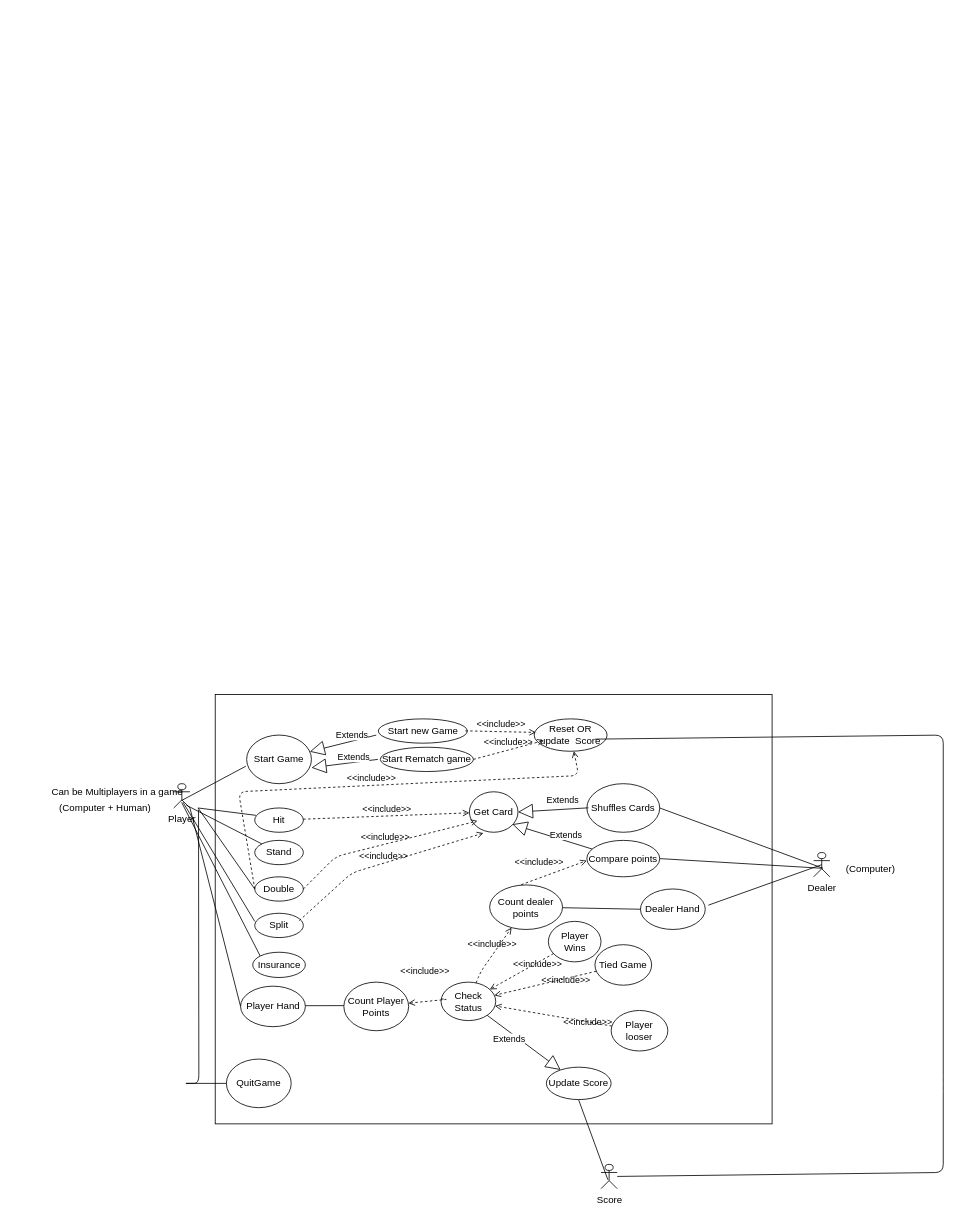
Above: use_caseDiagram.drawio in Marshood/BlackJack (draw.io), before the change. Source tidied: cells renumbered, new cells numbered last; positions are measured from the earlier drawing's top-left corner, leaving out a move shared by most shapes. Both pictures are drawn from the tidied source at 81%, with x=0, y=0 at pixel (44, 694).
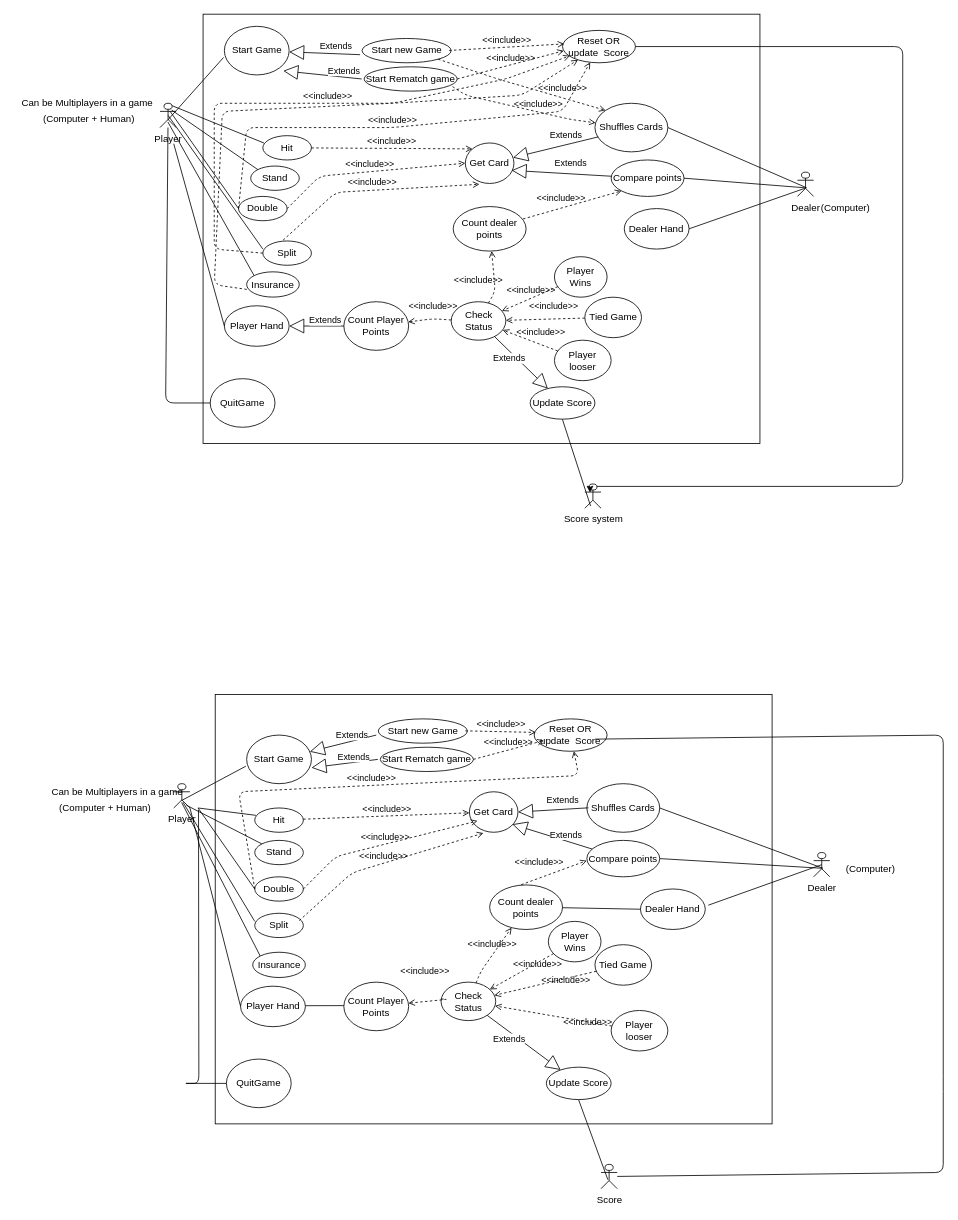
After the change.

What changed in the source:
```diff
@@
+    <mxCell id="63" style="rounded=0;whiteSpace=wrap;html=1;" parent="1" vertex="1">
+      <mxGeometry x="196.2" y="-840" width="687.5" height="530" as="geometry" />
+    </mxCell>
+    <mxCell id="64" value="Player&lt;br&gt;" style="shape=umlActor;verticalLabelPosition=bottom;verticalAlign=top;html=1;" parent="1" vertex="1">
+      <mxGeometry x="143" y="-730" width="20" height="30" as="geometry" />
+    </mxCell>
+    <mxCell id="65" value="Dealer&lt;br&gt;" style="shape=umlActor;verticalLabelPosition=bottom;verticalAlign=top;html=1;" parent="1" vertex="1">
+      <mxGeometry x="930" y="-645" width="20" height="30" as="geometry" />
+    </mxCell>
+    <mxCell id="66" value="Score system&lt;br&gt;" style="shape=umlActor;verticalLabelPosition=bottom;verticalAlign=top;html=1;" parent="1" vertex="1">
+      <mxGeometry x="667.5" y="-260" width="20" height="30" as="geometry" />
+    </mxCell>
+    <mxCell id="67" value="Get Card" style="ellipse;whiteSpace=wrap;html=1;" parent="1" vertex="1">
+      <mxGeometry x="520" y="-681" width="60" height="50" as="geometry" />
+    </mxCell>
+    <mxCell id="68" value="Shuffles Cards" style="ellipse;whiteSpace=wrap;html=1;" parent="1" vertex="1">
+      <mxGeometry x="680" y="-730" width="90" height="60" as="geometry" />
+    </mxCell>
+    <mxCell id="69" value="Hit" style="ellipse;whiteSpace=wrap;html=1;" parent="1" vertex="1">
+      <mxGeometry x="270" y="-690" width="60" height="30" as="geometry" />
+    </mxCell>
+    <mxCell id="70" value="Reset OR update&amp;nbsp; Score" style="ellipse;whiteSpace=wrap;html=1;" parent="1" vertex="1">
+      <mxGeometry x="640" y="-820" width="90" height="40" as="geometry" />
+    </mxCell>
+    <mxCell id="71" value="Start Game&lt;br&gt;" style="ellipse;whiteSpace=wrap;html=1;" parent="1" vertex="1">
+      <mxGeometry x="222.5" y="-825" width="80" height="60" as="geometry" />
+    </mxCell>
+    <mxCell id="72" value="Start new Game" style="ellipse;whiteSpace=wrap;html=1;" parent="1" vertex="1">
+      <mxGeometry x="392.5" y="-810" width="110" height="30" as="geometry" />
+    </mxCell>
+    <mxCell id="73" value="Start Rematch game" style="ellipse;whiteSpace=wrap;html=1;" parent="1" vertex="1">
+      <mxGeometry x="395" y="-775" width="115" height="30" as="geometry" />
+    </mxCell>
+    <mxCell id="74" value="Extends" style="endArrow=block;endSize=16;endFill=0;html=1;" parent="1" edge="1" target="71">
+      <mxGeometry x="-0.31" y="-9" relative="1" as="geometry">
+        <mxPoint x="390" y="-790" as="sourcePoint" />
+        <Array as="points">
+          <mxPoint x="390" y="-790" />
+        </Array>
+      </mxGeometry>
+    </mxCell>
+    <mxCell id="75" value="Extends" style="endArrow=block;endSize=16;endFill=0;html=1;entryX=0.144;entryY=0.132;entryDx=0;entryDy=0;entryPerimeter=0;" parent="1" edge="1" target="63">
+      <mxGeometry x="-0.53" y="-8" relative="1" as="geometry">
+        <mxPoint x="392" y="-760" as="sourcePoint" />
+      </mxGeometry>
+    </mxCell>
+    <mxCell id="76" value="&amp;lt;&amp;lt;include&amp;gt;&amp;gt;" style="html=1;verticalAlign=bottom;labelBackgroundColor=none;endArrow=open;endFill=0;dashed=1;entryX=0.023;entryY=0.418;entryDx=0;entryDy=0;entryPerimeter=0;" parent="1" edge="1" target="70">
+      <mxGeometry relative="1" as="geometry">
+        <mxPoint x="500" y="-795.2" as="sourcePoint" />
+      </mxGeometry>
+    </mxCell>
+    <mxCell id="77" style="endArrow=none;html=1;entryX=1;entryY=0.5;entryDx=0;entryDy=0;exitX=0.75;exitY=0.1;exitDx=0;exitDy=0;exitPerimeter=0;" parent="1" edge="1" source="66" target="70">
+      <mxGeometry relative="1" as="geometry">
+        <Array as="points">
+          <mxPoint x="1060" y="-257" />
+          <mxPoint x="1060" y="-360" />
+          <mxPoint x="1060" y="-800" />
+        </Array>
+      </mxGeometry>
+    </mxCell>
+    <mxCell id="78" style="endArrow=none;html=1;entryX=-0.012;entryY=0.64;entryDx=0;entryDy=0;entryPerimeter=0;exitX=0.471;exitY=0.697;exitDx=0;exitDy=0;exitPerimeter=0;" parent="1" edge="1" source="64" target="71">
+      <mxGeometry relative="1" as="geometry" />
+    </mxCell>
+    <mxCell id="79" value="Stand" style="ellipse;whiteSpace=wrap;html=1;" parent="1" vertex="1">
+      <mxGeometry x="255" y="-652.5" width="60" height="30" as="geometry" />
+    </mxCell>
+    <mxCell id="80" value="Double" style="ellipse;whiteSpace=wrap;html=1;" parent="1" vertex="1">
+      <mxGeometry x="240" y="-615" width="60" height="30" as="geometry" />
+    </mxCell>
+    <mxCell id="81" value="Split" style="ellipse;whiteSpace=wrap;html=1;" parent="1" vertex="1">
+      <mxGeometry x="270" y="-560" width="60" height="30" as="geometry" />
+    </mxCell>
+    <mxCell id="82" style="endArrow=none;html=1;entryX=0.024;entryY=0.303;entryDx=0;entryDy=0;entryPerimeter=0;exitX=0.75;exitY=0.1;exitDx=0;exitDy=0;exitPerimeter=0;" parent="1" edge="1" source="64" target="69">
+      <mxGeometry relative="1" as="geometry" />
+    </mxCell>
+    <mxCell id="83" style="endArrow=none;html=1;entryX=0;entryY=0;entryDx=0;entryDy=0;exitX=0.719;exitY=0.278;exitDx=0;exitDy=0;exitPerimeter=0;" parent="1" edge="1" source="64" target="79">
+      <mxGeometry relative="1" as="geometry" />
+    </mxCell>
+    <mxCell id="84" style="endArrow=none;html=1;entryX=0;entryY=0.5;entryDx=0;entryDy=0;exitX=0.616;exitY=0.324;exitDx=0;exitDy=0;exitPerimeter=0;" parent="1" edge="1" source="64" target="80">
+      <mxGeometry relative="1" as="geometry" />
+    </mxCell>
+    <mxCell id="85" style="endArrow=none;html=1;entryX=0.5;entryY=0.5;entryDx=0;entryDy=0;entryPerimeter=0;exitX=0;exitY=0.333;exitDx=0;exitDy=0;exitPerimeter=0;" parent="1" edge="1" source="81" target="64">
+      <mxGeometry relative="1" as="geometry" />
+    </mxCell>
+    <mxCell id="86" value="&amp;lt;&amp;lt;include&amp;gt;&amp;gt;" style="html=1;verticalAlign=bottom;labelBackgroundColor=none;endArrow=open;endFill=0;dashed=1;entryX=0;entryY=0;entryDx=0;entryDy=0;" parent="1" edge="1" source="69" target="67">
+      <mxGeometry relative="1" as="geometry" />
+    </mxCell>
+    <mxCell id="87" style="endArrow=none;html=1;entryX=1;entryY=0.5;entryDx=0;entryDy=0;exitX=0.579;exitY=0.648;exitDx=0;exitDy=0;exitPerimeter=0;" parent="1" edge="1" source="65" target="68">
+      <mxGeometry relative="1" as="geometry" />
+    </mxCell>
+    <mxCell id="88" value="Extends" style="endArrow=block;endSize=16;endFill=0;html=1;exitX=0.048;exitY=0.691;exitDx=0;exitDy=0;exitPerimeter=0;" parent="1" edge="1" source="68" target="67">
+      <mxGeometry x="-0.28" y="-12" relative="1" as="geometry" />
+    </mxCell>
+    <mxCell id="89" value="Count dealer points" style="ellipse;whiteSpace=wrap;html=1;" parent="1" vertex="1">
+      <mxGeometry x="505" y="-602.5" width="90" height="55" as="geometry" />
+    </mxCell>
+    <mxCell id="90" value="Compare points" style="ellipse;whiteSpace=wrap;html=1;" parent="1" vertex="1">
+      <mxGeometry x="700" y="-660" width="90" height="45" as="geometry" />
+    </mxCell>
+    <mxCell id="91" value="Check Status" style="ellipse;whiteSpace=wrap;html=1;" parent="1" vertex="1">
+      <mxGeometry x="502.5" y="-485" width="67.5" height="47.5" as="geometry" />
+    </mxCell>
+    <mxCell id="92" value="Dealer Hand" style="ellipse;whiteSpace=wrap;html=1;" parent="1" vertex="1">
+      <mxGeometry x="716.2" y="-600" width="80" height="50" as="geometry" />
+    </mxCell>
+    <mxCell id="93" value="Player looser" style="ellipse;whiteSpace=wrap;html=1;" parent="1" vertex="1">
+      <mxGeometry x="630" y="-437.5" width="70" height="50" as="geometry" />
+    </mxCell>
+    <mxCell id="94" value="Player Wins" style="ellipse;whiteSpace=wrap;html=1;" parent="1" vertex="1">
+      <mxGeometry x="630" y="-540.6" width="65" height="50" as="geometry" />
+    </mxCell>
+    <mxCell id="95" style="endArrow=none;html=1;entryX=1;entryY=0.5;entryDx=0;entryDy=0;exitX=0.521;exitY=0.648;exitDx=0;exitDy=0;exitPerimeter=0;" parent="1" edge="1" source="65" target="90">
+      <mxGeometry relative="1" as="geometry" />
+    </mxCell>
+    <mxCell id="96" value="Extends" style="endArrow=block;endSize=16;endFill=0;html=1;entryX=0.951;entryY=0.677;entryDx=0;entryDy=0;entryPerimeter=0;" parent="1" edge="1" source="90" target="67">
+      <mxGeometry x="-0.17" y="-13" relative="1" as="geometry" />
+    </mxCell>
+    <mxCell id="97" style="endArrow=none;html=1;entryX=1;entryY=0.5;entryDx=0;entryDy=0;exitX=0.472;exitY=0.663;exitDx=0;exitDy=0;exitPerimeter=0;" parent="1" edge="1" source="65" target="92">
+      <mxGeometry relative="1" as="geometry" />
+    </mxCell>
+    <mxCell id="98" value="&amp;lt;&amp;lt;include&amp;gt;&amp;gt;" style="html=1;verticalAlign=bottom;labelBackgroundColor=none;endArrow=open;endFill=0;dashed=1;" parent="1" edge="1" source="91" target="89">
+      <mxGeometry x="-0.28" y="20" relative="1" as="geometry">
+        <Array as="points">
+          <mxPoint x="557" y="-498" />
+        </Array>
+      </mxGeometry>
+    </mxCell>
+    <mxCell id="99" value="Update Score" style="ellipse;whiteSpace=wrap;html=1;" parent="1" vertex="1">
+      <mxGeometry x="600" y="-380" width="80" height="40" as="geometry" />
+    </mxCell>
+    <mxCell id="100" value="Extends" style="endArrow=block;endSize=16;endFill=0;html=1;" parent="1" edge="1" source="91" target="99">
+      <mxGeometry x="-0.31" y="-7" relative="1" as="geometry" />
+    </mxCell>
+    <mxCell id="101" style="endArrow=none;html=1;exitX=0.356;exitY=0.91;exitDx=0;exitDy=0;exitPerimeter=0;entryX=0.498;entryY=1.006;entryDx=0;entryDy=0;entryPerimeter=0;" parent="1" edge="1" source="66" target="99">
+      <mxGeometry relative="1" as="geometry" />
+    </mxCell>
+    <mxCell id="102" value="&amp;lt;&amp;lt;include&amp;gt;&amp;gt;" style="html=1;verticalAlign=bottom;labelBackgroundColor=none;endArrow=open;endFill=0;dashed=1;entryX=0;entryY=0.5;entryDx=0;entryDy=0;exitX=1;exitY=0.5;exitDx=0;exitDy=0;" parent="1" edge="1" source="80" target="67">
+      <mxGeometry relative="1" as="geometry">
+        <Array as="points">
+          <mxPoint x="340" y="-640" />
+        </Array>
+      </mxGeometry>
+    </mxCell>
+    <mxCell id="103" value="&amp;lt;&amp;lt;include&amp;gt;&amp;gt;" style="html=1;verticalAlign=bottom;labelBackgroundColor=none;endArrow=open;endFill=0;dashed=1;entryX=0.29;entryY=1.02;entryDx=0;entryDy=0;entryPerimeter=0;exitX=1;exitY=0.5;exitDx=0;exitDy=0;" parent="1" edge="1" target="67">
+      <mxGeometry relative="1" as="geometry">
+        <mxPoint x="295" y="-561" as="sourcePoint" />
+        <Array as="points">
+          <mxPoint x="360" y="-620" />
+        </Array>
+      </mxGeometry>
+    </mxCell>
+    <mxCell id="104" value="Can be Multiplayers in a game&lt;br&gt;" style="text;html=1;align=center;verticalAlign=middle;" parent="1" vertex="1">
+      <mxGeometry x="-37" y="-740" width="180" height="20" as="geometry" />
+    </mxCell>
+    <mxCell id="105" value="(Computer + Human)" style="text;html=1;align=center;verticalAlign=middle;" parent="1" vertex="1">
+      <mxGeometry x="-10" y="-720" width="130" height="20" as="geometry" />
+    </mxCell>
+    <mxCell id="106" value="(Computer)" style="text;html=1;align=center;verticalAlign=middle;" parent="1" vertex="1">
+      <mxGeometry x="949" y="-611" width="80" height="20" as="geometry" />
+    </mxCell>
+    <mxCell id="107" value="&amp;lt;&amp;lt;include&amp;gt;&amp;gt;" style="html=1;verticalAlign=bottom;labelBackgroundColor=none;endArrow=open;endFill=0;dashed=1;exitX=0.958;exitY=0.279;exitDx=0;exitDy=0;exitPerimeter=0;entryX=0;entryY=1;entryDx=0;entryDy=0;" parent="1" edge="1" source="89" target="90">
+      <mxGeometry x="-0.21" y="3" relative="1" as="geometry" />
+    </mxCell>
+    <mxCell id="108" value="Tied Game" style="ellipse;whiteSpace=wrap;html=1;" parent="1" vertex="1">
+      <mxGeometry x="667.5" y="-490.6" width="70" height="50" as="geometry" />
+    </mxCell>
+    <mxCell id="109" value="&amp;lt;&amp;lt;include&amp;gt;&amp;gt;" style="html=1;verticalAlign=bottom;labelBackgroundColor=none;endArrow=open;endFill=0;dashed=1;" parent="1" edge="1" source="108" target="91">
+      <mxGeometry x="-0.23" y="-6" relative="1" as="geometry" />
+    </mxCell>
+    <mxCell id="110" value="Insurance" style="ellipse;whiteSpace=wrap;html=1;" parent="1" vertex="1">
+      <mxGeometry x="250" y="-521.9" width="65" height="31.2" as="geometry" />
+    </mxCell>
+    <mxCell id="111" style="endArrow=none;html=1;entryX=0.49;entryY=0.773;entryDx=0;entryDy=0;entryPerimeter=0;exitX=0;exitY=0;exitDx=0;exitDy=0;" parent="1" edge="1" source="110" target="64">
+      <mxGeometry relative="1" as="geometry" />
+    </mxCell>
+    <mxCell id="112" value="&amp;lt;&amp;lt;include&amp;gt;&amp;gt;" style="html=1;verticalAlign=bottom;labelBackgroundColor=none;endArrow=open;endFill=0;dashed=1;" parent="1" edge="1" source="93" target="91">
+      <mxGeometry x="-0.3" y="-6" relative="1" as="geometry" />
+    </mxCell>
+    <mxCell id="113" value="&amp;lt;&amp;lt;include&amp;gt;&amp;gt;" style="html=1;verticalAlign=bottom;labelBackgroundColor=none;endArrow=open;endFill=0;dashed=1;" parent="1" edge="1" source="94" target="91">
+      <mxGeometry x="-0.03" y="-1" relative="1" as="geometry" />
+    </mxCell>
+    <mxCell id="114" value="QuitGame" style="ellipse;whiteSpace=wrap;html=1;" parent="1" vertex="1">
+      <mxGeometry x="205" y="-390" width="80" height="60" as="geometry" />
+    </mxCell>
+    <mxCell id="115" style="endArrow=none;html=1;" parent="1" edge="1" source="114" target="64">
+      <mxGeometry relative="1" as="geometry">
+        <Array as="points">
+          <mxPoint x="150" y="-360" />
+        </Array>
+      </mxGeometry>
+    </mxCell>
+    <mxCell id="116" value="Player Hand" style="ellipse;whiteSpace=wrap;html=1;" parent="1" vertex="1">
+      <mxGeometry x="222.5" y="-480" width="80" height="50" as="geometry" />
+    </mxCell>
+    <mxCell id="117" style="endArrow=none;html=1;entryX=0;entryY=0.5;entryDx=0;entryDy=0;" parent="1" edge="1" target="116">
+      <mxGeometry relative="1" as="geometry">
+        <mxPoint x="160" y="-680" as="sourcePoint" />
+      </mxGeometry>
+    </mxCell>
+    <mxCell id="118" value="Count Player Points" style="ellipse;whiteSpace=wrap;html=1;" parent="1" vertex="1">
+      <mxGeometry x="370" y="-485" width="80" height="60" as="geometry" />
+    </mxCell>
+    <mxCell id="119" value="&amp;lt;&amp;lt;include&amp;gt;&amp;gt;" style="html=1;verticalAlign=bottom;labelBackgroundColor=none;endArrow=open;endFill=0;dashed=1;exitX=0;exitY=0.5;exitDx=0;exitDy=0;" parent="1" edge="1" source="80" target="70">
+      <mxGeometry relative="1" as="geometry">
+        <Array as="points">
+          <mxPoint x="250" y="-700" />
+          <mxPoint x="430" y="-700" />
+          <mxPoint x="640" y="-720" />
+        </Array>
+      </mxGeometry>
+    </mxCell>
+    <mxCell id="120" value="&amp;lt;&amp;lt;include&amp;gt;&amp;gt;" style="html=1;verticalAlign=bottom;labelBackgroundColor=none;endArrow=open;endFill=0;dashed=1;" parent="1" edge="1" source="91" target="118">
+      <mxGeometry x="-0.15" y="-6" relative="1" as="geometry">
+        <Array as="points">
+          <mxPoint x="480" y="-464" />
+        </Array>
+        <mxPoint x="1" as="offset" />
+      </mxGeometry>
+    </mxCell>
+    <mxCell id="121" value="&amp;lt;&amp;lt;include&amp;gt;&amp;gt;" style="html=1;verticalAlign=bottom;labelBackgroundColor=none;endArrow=open;endFill=0;dashed=1;exitX=1;exitY=0.5;exitDx=0;exitDy=0;entryX=0.017;entryY=0.631;entryDx=0;entryDy=0;entryPerimeter=0;" parent="1" edge="1" source="73" target="70">
+      <mxGeometry relative="1" as="geometry" />
+    </mxCell>
+    <mxCell id="122" style="html=1;verticalAlign=bottom;labelBackgroundColor=none;endArrow=open;endFill=0;dashed=1;entryX=0.101;entryY=0.786;entryDx=0;entryDy=0;entryPerimeter=0;exitX=0;exitY=0.5;exitDx=0;exitDy=0;" parent="1" edge="1" source="81" target="70">
+      <mxGeometry x="0.11" y="10" relative="1" as="geometry">
+        <Array as="points">
+          <mxPoint x="210" y="-550" />
+          <mxPoint x="210" y="-730" />
+          <mxPoint x="430" y="-730" />
+          <mxPoint x="570" y="-760" />
+        </Array>
+      </mxGeometry>
+    </mxCell>
+    <mxCell id="123" value="&amp;lt;&amp;lt;include&amp;gt;&amp;gt;" style="html=1;verticalAlign=bottom;labelBackgroundColor=none;endArrow=open;endFill=0;dashed=1;exitX=0.002;exitY=0.695;exitDx=0;exitDy=0;exitPerimeter=0;" parent="1" edge="1" source="110" target="70">
+      <mxGeometry x="0.09" y="4" relative="1" as="geometry">
+        <Array as="points">
+          <mxPoint x="210" y="-506" />
+          <mxPoint x="220" y="-720" />
+          <mxPoint x="430" y="-730" />
+          <mxPoint x="590" y="-740" />
+        </Array>
+      </mxGeometry>
+    </mxCell>
+    <mxCell id="124" value="Extends" style="endArrow=block;endSize=16;endFill=0;html=1;exitX=0;exitY=0.5;exitDx=0;exitDy=0;entryX=1;entryY=0.5;entryDx=0;entryDy=0;" parent="1" edge="1" source="118" target="116">
+      <mxGeometry x="-0.31" y="-7" relative="1" as="geometry" />
+    </mxCell>
+    <mxCell id="125" value="&amp;lt;&amp;lt;include&amp;gt;&amp;gt;" style="html=1;verticalAlign=bottom;labelBackgroundColor=none;endArrow=open;endFill=0;dashed=1;exitX=0.95;exitY=0.813;exitDx=0;exitDy=0;exitPerimeter=0;" parent="1" edge="1" source="73" target="68">
+      <mxGeometry x="0.21" y="1" relative="1" as="geometry">
+        <Array as="points">
+          <mxPoint x="520" y="-740" />
+          <mxPoint x="650" y="-710" />
+        </Array>
+      </mxGeometry>
+    </mxCell>
+    <mxCell id="126" value="&amp;lt;&amp;lt;include&amp;gt;&amp;gt;" style="html=1;verticalAlign=bottom;labelBackgroundColor=none;endArrow=open;endFill=0;dashed=1;exitX=1;exitY=1;exitDx=0;exitDy=0;entryX=0;entryY=0;entryDx=0;entryDy=0;" parent="1" edge="1" source="72" target="68">
+      <mxGeometry x="0.48" y="3" relative="1" as="geometry">
+        <Array as="points">
+          <mxPoint x="560" y="-760" />
+        </Array>
+      </mxGeometry>
+    </mxCell>
+    <mxCell id="127" style="edgeStyle=orthogonalEdgeStyle;rounded=0;orthogonalLoop=1;jettySize=auto;html=1;exitX=0.25;exitY=0.1;exitDx=0;exitDy=0;exitPerimeter=0;entryX=0.322;entryY=0.359;entryDx=0;entryDy=0;entryPerimeter=0;" parent="1" edge="1" source="66" target="66">
+      <mxGeometry relative="1" as="geometry">
+        <Array as="points">
+          <mxPoint x="674" y="-257" />
+        </Array>
+      </mxGeometry>
+    </mxCell>
```
